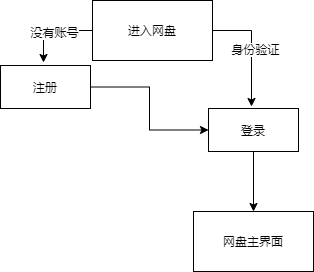
This is 数据流图.png from deepinsea/draw, a draw.io export, as it was before one commit. Source tidied: cells renumbered, new cells last; positions are measured from the earlier drawing's top-left corner, leaving out a move shared by most shapes.
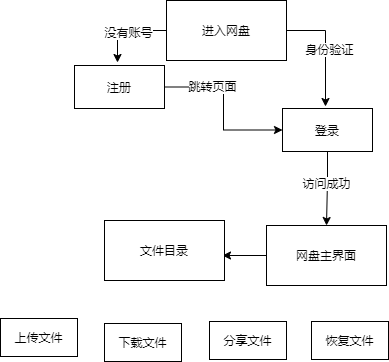
Later version of the same file.

Commit message:
更新数据流图.png

What changed in the source:
```diff
@@ -30,17 +30,52 @@
     <mxCell id="8" style="edgeStyle=orthogonalEdgeStyle;rounded=0;jettySize=auto;html=1;entryX=0;entryY=0.5;entryDx=0;entryDy=0;" parent="1" edge="1" source="9" target="11">
       <mxGeometry relative="1" as="geometry" />
     </mxCell>
+    <mxCell id="13" value="跳转页面" style="edgeLabel;html=1;align=center;verticalAlign=middle;" parent="8" vertex="1">
+      <mxGeometry x="-0.42" y="2" relative="1" as="geometry">
+        <mxPoint y="1" as="offset" />
+      </mxGeometry>
+    </mxCell>
     <mxCell id="9" value="注册" style="rounded=0;whiteSpace=wrap;html=1;" parent="1" vertex="1">
       <mxGeometry y="65" width="90" height="43" as="geometry" />
     </mxCell>
     <mxCell id="10" style="edgeStyle=orthogonalEdgeStyle;rounded=0;jettySize=auto;html=1;entryX=0.5;entryY=0;entryDx=0;entryDy=0;" parent="1" edge="1" source="11" target="12">
-      <mxGeometry relative="1" as="geometry" />
+      <mxGeometry relative="1" as="geometry">
+        <Array as="points">
+          <mxPoint x="253" y="179" />
+          <mxPoint x="253" y="179" />
+        </Array>
+      </mxGeometry>
     </mxCell>
+    <mxCell id="14" value="访问成功" style="edgeLabel;html=1;align=center;verticalAlign=middle;" parent="10" vertex="1">
+      <mxGeometry x="-0.66" relative="1" as="geometry">
+        <mxPoint x="-2" y="18" as="offset" />
+      </mxGeometry>
+    </mxCell>
     <mxCell id="11" value="登录" style="rounded=0;whiteSpace=wrap;html=1;" parent="1" vertex="1">
       <mxGeometry x="208" y="108" width="90" height="43" as="geometry" />
     </mxCell>
+    <mxCell id="15" style="edgeStyle=orthogonalEdgeStyle;rounded=0;jettySize=auto;html=1;" parent="1" edge="1" source="12">
+      <mxGeometry relative="1" as="geometry">
+        <mxPoint x="148" y="255" as="targetPoint" />
+      </mxGeometry>
+    </mxCell>
     <mxCell id="12" value="网盘主界面" style="rounded=0;whiteSpace=wrap;html=1;" parent="1" vertex="1">
-      <mxGeometry x="193" y="211" width="120" height="60" as="geometry" />
+      <mxGeometry x="192" y="225" width="120" height="60" as="geometry" />
     </mxCell>
+    <mxCell id="16" value="文件目录" style="rounded=0;whiteSpace=wrap;html=1;" parent="1" vertex="1">
+      <mxGeometry x="30" y="220" width="120" height="60" as="geometry" />
+    </mxCell>
+    <mxCell id="17" value="上传文件" style="rounded=0;whiteSpace=wrap;html=1;" parent="1" vertex="1">
+      <mxGeometry x="-74" y="318" width="77" height="38" as="geometry" />
+    </mxCell>
+    <mxCell id="18" value="下载文件" style="rounded=0;whiteSpace=wrap;html=1;" parent="1" vertex="1">
+      <mxGeometry x="30" y="323" width="77" height="38" as="geometry" />
+    </mxCell>
+    <mxCell id="19" value="分享文件" style="rounded=0;whiteSpace=wrap;html=1;" parent="1" vertex="1">
+      <mxGeometry x="135" y="321" width="77" height="38" as="geometry" />
+    </mxCell>
+    <mxCell id="20" value="恢复文件" style="rounded=0;whiteSpace=wrap;html=1;" parent="1" vertex="1">
+      <mxGeometry x="237" y="321" width="77" height="38" as="geometry" />
+    </mxCell>
   </root>
 </mxGraphModel>
```
